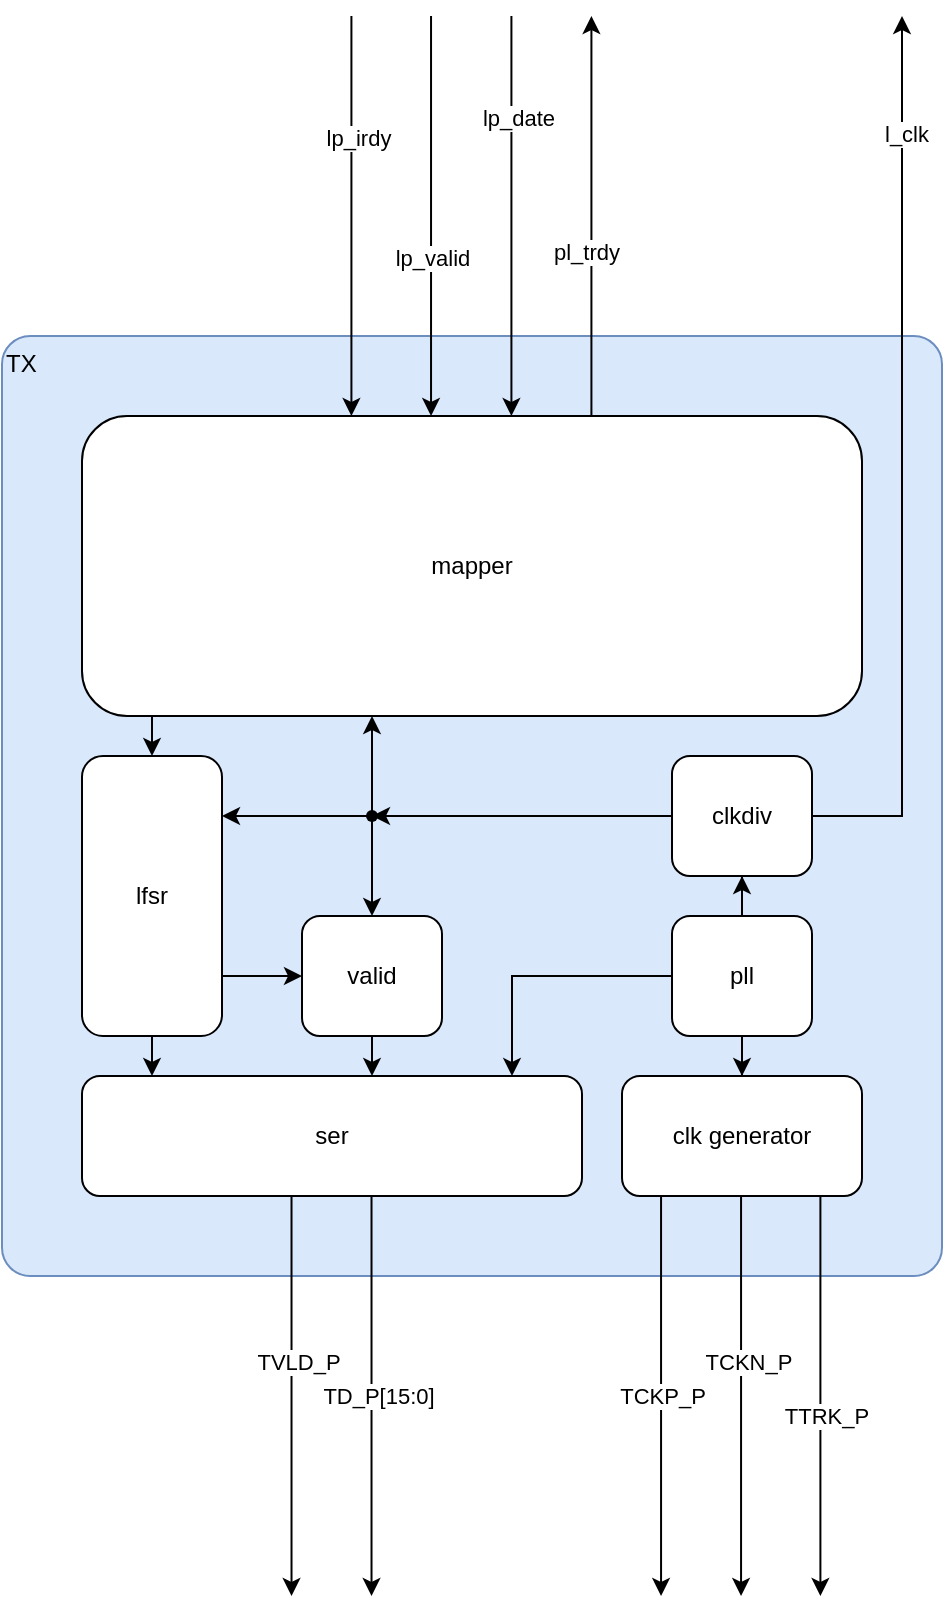
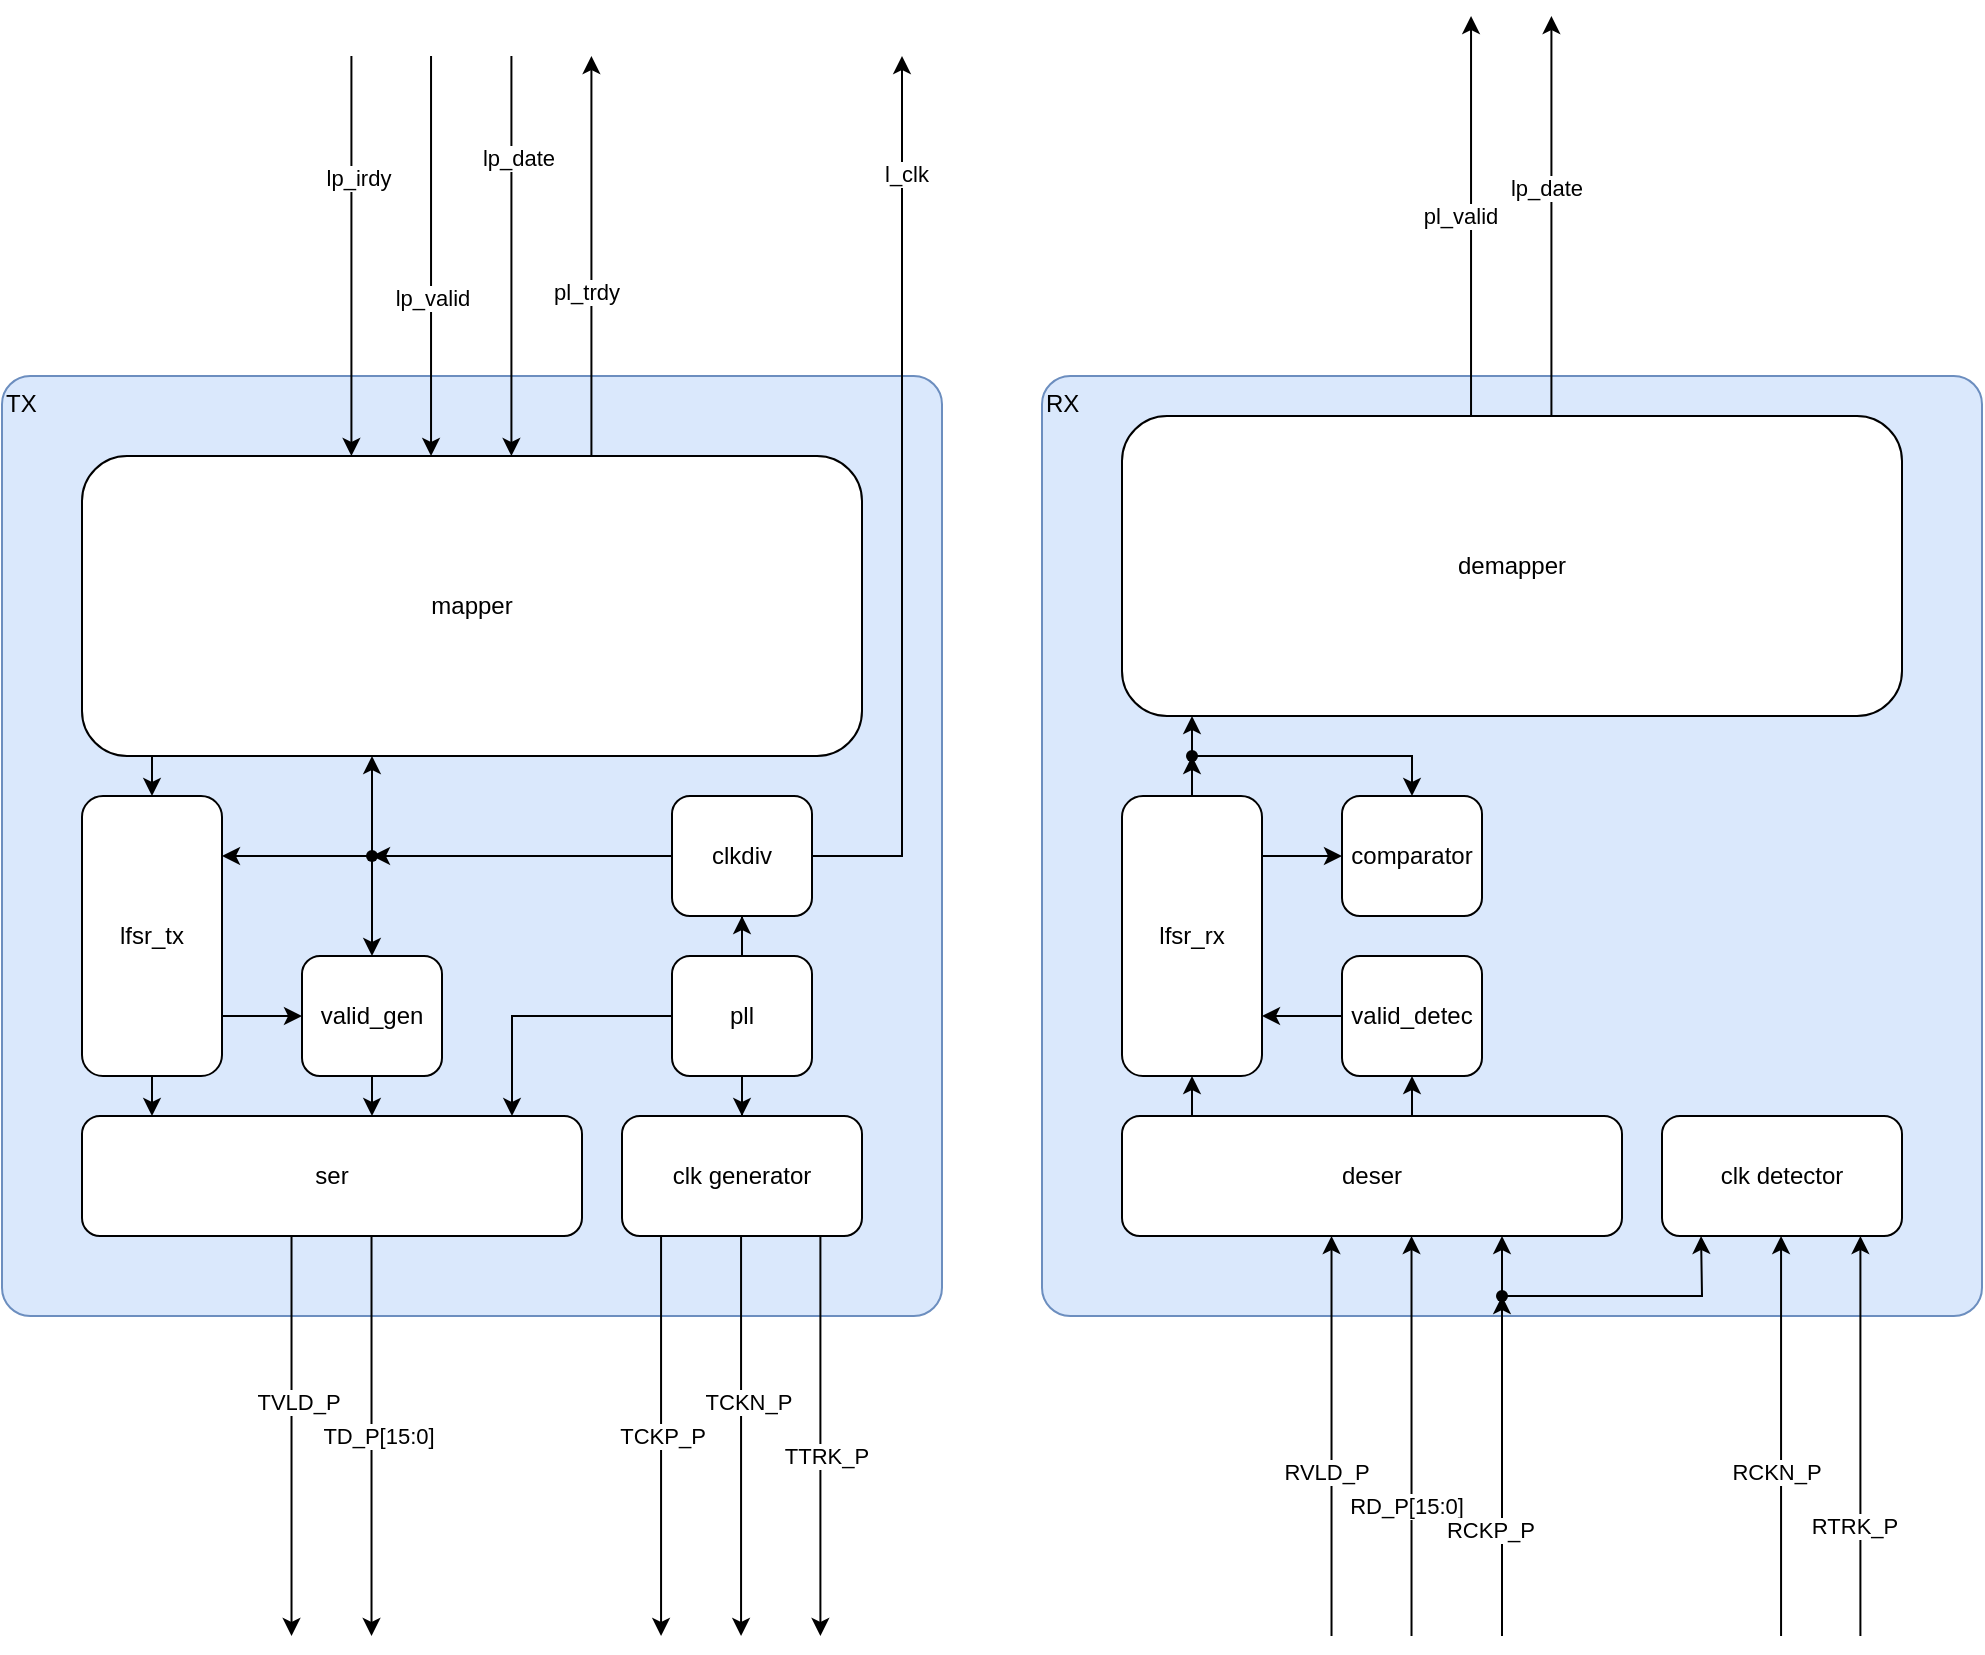
<mxfile host="Electron" pages="2">
  <diagram name="MB Tx scratch" id="l9AvUYOPoKstwatRFHUe">
-     <mxGraphModel dx="1099" dy="914" grid="1" gridSize="10" guides="1" tooltips="1" connect="1" arrows="1" fold="1" page="1" pageScale="1" pageWidth="291" pageHeight="413" math="0" shadow="0">
+     <mxGraphModel dx="684" dy="656" grid="1" gridSize="10" guides="1" tooltips="1" connect="1" arrows="1" fold="1" page="1" pageScale="1" pageWidth="291" pageHeight="413" math="0" shadow="0">
      <root>
        <mxCell id="0" />
        <mxCell id="1" parent="0" />
        <mxCell id="S32B5T70Qb6z-M7GYTgG-1" parent="1" style="rounded=1;whiteSpace=wrap;html=1;align=left;verticalAlign=top;arcSize=3;fillColor=#dae8fc;strokeColor=#6c8ebf;" value="TX" vertex="1">
          <mxGeometry height="470" width="470" x="-40" y="-80" as="geometry" />
        </mxCell>
        <mxCell id="S32B5T70Qb6z-M7GYTgG-4" edge="1" parent="1" style="endArrow=classic;html=1;rounded=0;" value="">
          <mxGeometry height="50" relative="1" width="50" as="geometry">
            <mxPoint x="134.70999999999998" y="-240" as="sourcePoint" />
            <mxPoint x="134.70999999999998" y="-40" as="targetPoint" />
          </mxGeometry>
        </mxCell>
        <mxCell id="S32B5T70Qb6z-M7GYTgG-5" connectable="0" parent="S32B5T70Qb6z-M7GYTgG-4" style="edgeLabel;html=1;align=center;verticalAlign=middle;resizable=0;points=[];" value="lp_irdy" vertex="1">
          <mxGeometry relative="1" x="-0.1748" y="3" as="geometry">
            <mxPoint y="-22" as="offset" />
          </mxGeometry>
        </mxCell>
        <mxCell id="S32B5T70Qb6z-M7GYTgG-6" edge="1" parent="1" style="endArrow=classic;html=1;rounded=0;" value="">
          <mxGeometry height="50" relative="1" width="50" as="geometry">
            <mxPoint x="174.51999999999998" y="-240" as="sourcePoint" />
            <mxPoint x="174.51999999999998" y="-40" as="targetPoint" />
          </mxGeometry>
        </mxCell>
        <mxCell id="S32B5T70Qb6z-M7GYTgG-7" connectable="0" parent="S32B5T70Qb6z-M7GYTgG-6" style="edgeLabel;html=1;align=center;verticalAlign=middle;resizable=0;points=[];" value="lp_valid" vertex="1">
          <mxGeometry relative="1" x="-0.1748" y="3" as="geometry">
            <mxPoint x="-3" y="38" as="offset" />
          </mxGeometry>
        </mxCell>
        <mxCell id="S32B5T70Qb6z-M7GYTgG-8" edge="1" parent="1" style="endArrow=classic;html=1;rounded=0;" value="">
          <mxGeometry height="50" relative="1" width="50" as="geometry">
            <mxPoint x="214.70999999999998" y="-240" as="sourcePoint" />
            <mxPoint x="214.70999999999998" y="-40" as="targetPoint" />
          </mxGeometry>
        </mxCell>
        <mxCell id="S32B5T70Qb6z-M7GYTgG-9" connectable="0" parent="S32B5T70Qb6z-M7GYTgG-8" style="edgeLabel;html=1;align=center;verticalAlign=middle;resizable=0;points=[];" value="lp_date" vertex="1">
          <mxGeometry relative="1" x="-0.1748" y="3" as="geometry">
            <mxPoint y="-32" as="offset" />
          </mxGeometry>
        </mxCell>
        <mxCell id="S32B5T70Qb6z-M7GYTgG-10" edge="1" parent="1" style="endArrow=classic;html=1;rounded=0;" value="">
          <mxGeometry height="50" relative="1" width="50" as="geometry">
            <mxPoint x="254.70999999999998" y="-40" as="sourcePoint" />
            <mxPoint x="254.70999999999998" y="-240" as="targetPoint" />
          </mxGeometry>
        </mxCell>
        <mxCell id="S32B5T70Qb6z-M7GYTgG-11" connectable="0" parent="S32B5T70Qb6z-M7GYTgG-10" style="edgeLabel;html=1;align=center;verticalAlign=middle;resizable=0;points=[];" value="pl_trdy" vertex="1">
          <mxGeometry relative="1" x="-0.1748" y="3" as="geometry">
            <mxPoint as="offset" />
          </mxGeometry>
        </mxCell>
        <mxCell id="S32B5T70Qb6z-M7GYTgG-12" edge="1" parent="1" style="endArrow=classic;html=1;rounded=0;" value="">
          <mxGeometry height="50" relative="1" width="50" as="geometry">
            <mxPoint x="289.53" y="350" as="sourcePoint" />
            <mxPoint x="289.53" y="550" as="targetPoint" />
          </mxGeometry>
        </mxCell>
        <mxCell id="S32B5T70Qb6z-M7GYTgG-13" connectable="0" parent="S32B5T70Qb6z-M7GYTgG-12" style="edgeLabel;html=1;align=center;verticalAlign=middle;resizable=0;points=[];" value="TCKP_P" vertex="1">
          <mxGeometry relative="1" x="-0.1748" y="3" as="geometry">
            <mxPoint x="-3" y="17" as="offset" />
          </mxGeometry>
        </mxCell>
        <mxCell id="S32B5T70Qb6z-M7GYTgG-14" edge="1" parent="1" style="endArrow=classic;html=1;rounded=0;" value="">
          <mxGeometry height="50" relative="1" width="50" as="geometry">
            <mxPoint x="329.53" y="350" as="sourcePoint" />
            <mxPoint x="329.53" y="550" as="targetPoint" />
          </mxGeometry>
        </mxCell>
        <mxCell id="S32B5T70Qb6z-M7GYTgG-15" connectable="0" parent="S32B5T70Qb6z-M7GYTgG-14" style="edgeLabel;html=1;align=center;verticalAlign=middle;resizable=0;points=[];" value="TCKN_P" vertex="1">
          <mxGeometry relative="1" x="-0.1748" y="3" as="geometry">
            <mxPoint as="offset" />
          </mxGeometry>
        </mxCell>
        <mxCell id="S32B5T70Qb6z-M7GYTgG-16" edge="1" parent="1" style="endArrow=classic;html=1;rounded=0;" value="">
          <mxGeometry height="50" relative="1" width="50" as="geometry">
            <mxPoint x="369.20000000000005" y="350" as="sourcePoint" />
            <mxPoint x="369.20000000000005" y="550" as="targetPoint" />
          </mxGeometry>
        </mxCell>
        <mxCell id="S32B5T70Qb6z-M7GYTgG-17" connectable="0" parent="S32B5T70Qb6z-M7GYTgG-16" style="edgeLabel;html=1;align=center;verticalAlign=middle;resizable=0;points=[];" value="TTRK_P" vertex="1">
          <mxGeometry relative="1" x="-0.1748" y="3" as="geometry">
            <mxPoint y="27" as="offset" />
          </mxGeometry>
        </mxCell>
        <mxCell id="S32B5T70Qb6z-M7GYTgG-18" edge="1" parent="1" style="endArrow=classic;html=1;rounded=0;" value="">
          <mxGeometry height="50" relative="1" width="50" as="geometry">
            <mxPoint x="104.75999999999999" y="350" as="sourcePoint" />
            <mxPoint x="104.75999999999999" y="550" as="targetPoint" />
          </mxGeometry>
        </mxCell>
        <mxCell id="S32B5T70Qb6z-M7GYTgG-19" connectable="0" parent="S32B5T70Qb6z-M7GYTgG-18" style="edgeLabel;html=1;align=center;verticalAlign=middle;resizable=0;points=[];" value="TVLD_P" vertex="1">
          <mxGeometry relative="1" x="-0.1748" y="3" as="geometry">
            <mxPoint as="offset" />
          </mxGeometry>
        </mxCell>
        <mxCell id="S32B5T70Qb6z-M7GYTgG-20" edge="1" parent="1" style="endArrow=classic;html=1;rounded=0;" value="">
          <mxGeometry height="50" relative="1" width="50" as="geometry">
            <mxPoint x="144.76" y="350" as="sourcePoint" />
            <mxPoint x="144.76" y="550" as="targetPoint" />
          </mxGeometry>
        </mxCell>
        <mxCell id="S32B5T70Qb6z-M7GYTgG-21" connectable="0" parent="S32B5T70Qb6z-M7GYTgG-20" style="edgeLabel;html=1;align=center;verticalAlign=middle;resizable=0;points=[];" value="TD_P[15:0]" vertex="1">
          <mxGeometry relative="1" x="-0.1748" y="3" as="geometry">
            <mxPoint y="17" as="offset" />
          </mxGeometry>
        </mxCell>
        <mxCell id="S32B5T70Qb6z-M7GYTgG-23" parent="1" style="rounded=1;whiteSpace=wrap;html=1;" value="mapper" vertex="1">
          <mxGeometry height="150" width="390" y="-40" as="geometry" />
        </mxCell>
        <mxCell id="1FiFd1ZhfE_NdX5w4cO2-13" edge="1" parent="1" source="S32B5T70Qb6z-M7GYTgG-24" style="edgeStyle=orthogonalEdgeStyle;rounded=0;orthogonalLoop=1;jettySize=auto;html=1;" target="S32B5T70Qb6z-M7GYTgG-25">
          <mxGeometry relative="1" as="geometry">
            <Array as="points">
              <mxPoint x="35" y="280" />
              <mxPoint x="35" y="280" />
            </Array>
          </mxGeometry>
        </mxCell>
        <mxCell id="1FiFd1ZhfE_NdX5w4cO2-14" edge="1" parent="1" source="S32B5T70Qb6z-M7GYTgG-23" style="edgeStyle=orthogonalEdgeStyle;rounded=0;orthogonalLoop=1;jettySize=auto;html=1;" target="S32B5T70Qb6z-M7GYTgG-24">
          <mxGeometry relative="1" as="geometry">
            <Array as="points">
              <mxPoint x="35" y="120" />
              <mxPoint x="35" y="120" />
            </Array>
          </mxGeometry>
        </mxCell>
        <mxCell id="1FiFd1ZhfE_NdX5w4cO2-15" edge="1" parent="1" source="S32B5T70Qb6z-M7GYTgG-24" style="edgeStyle=orthogonalEdgeStyle;rounded=0;orthogonalLoop=1;jettySize=auto;html=1;" target="S32B5T70Qb6z-M7GYTgG-29">
          <mxGeometry relative="1" as="geometry">
            <Array as="points">
              <mxPoint x="80" y="240" />
              <mxPoint x="80" y="240" />
            </Array>
          </mxGeometry>
        </mxCell>
-         <mxCell id="S32B5T70Qb6z-M7GYTgG-24" parent="1" style="rounded=1;whiteSpace=wrap;html=1;" value="lfsr" vertex="1">
+         <mxCell id="S32B5T70Qb6z-M7GYTgG-24" parent="1" style="rounded=1;whiteSpace=wrap;html=1;" value="lfsr_tx" vertex="1">
          <mxGeometry height="140" width="70" y="130" as="geometry" />
        </mxCell>
        <mxCell id="1FiFd1ZhfE_NdX5w4cO2-3" edge="1" parent="1" source="1FiFd1ZhfE_NdX5w4cO2-2" style="edgeStyle=orthogonalEdgeStyle;rounded=0;orthogonalLoop=1;jettySize=auto;html=1;" target="S32B5T70Qb6z-M7GYTgG-25">
          <mxGeometry relative="1" as="geometry">
            <Array as="points">
              <mxPoint x="215" y="280" />
              <mxPoint x="215" y="280" />
            </Array>
          </mxGeometry>
        </mxCell>
        <mxCell id="S32B5T70Qb6z-M7GYTgG-25" parent="1" style="rounded=1;whiteSpace=wrap;html=1;" value="ser" vertex="1">
          <mxGeometry height="60" width="250" y="290" as="geometry" />
        </mxCell>
        <mxCell id="S32B5T70Qb6z-M7GYTgG-26" parent="1" style="rounded=1;whiteSpace=wrap;html=1;" value="clk generator" vertex="1">
          <mxGeometry height="60" width="120" x="270" y="290" as="geometry" />
        </mxCell>
        <mxCell id="1FiFd1ZhfE_NdX5w4cO2-12" edge="1" parent="1" source="S32B5T70Qb6z-M7GYTgG-29" style="edgeStyle=orthogonalEdgeStyle;rounded=0;orthogonalLoop=1;jettySize=auto;html=1;" target="S32B5T70Qb6z-M7GYTgG-25">
          <mxGeometry relative="1" as="geometry">
            <Array as="points">
              <mxPoint x="140" y="290" />
              <mxPoint x="140" y="290" />
            </Array>
          </mxGeometry>
        </mxCell>
-         <mxCell id="S32B5T70Qb6z-M7GYTgG-29" parent="1" style="rounded=1;whiteSpace=wrap;html=1;" value="valid" vertex="1">
+         <mxCell id="S32B5T70Qb6z-M7GYTgG-29" parent="1" style="rounded=1;whiteSpace=wrap;html=1;" value="valid_gen" vertex="1">
          <mxGeometry height="60" width="70" x="110" y="210" as="geometry" />
        </mxCell>
        <mxCell id="1FiFd1ZhfE_NdX5w4cO2-6" edge="1" parent="1" source="1FiFd1ZhfE_NdX5w4cO2-10" style="edgeStyle=orthogonalEdgeStyle;rounded=0;orthogonalLoop=1;jettySize=auto;html=1;exitDx=0;exitDy=0;" target="S32B5T70Qb6z-M7GYTgG-29">
          <mxGeometry relative="1" as="geometry" />
        </mxCell>
        <mxCell id="iF0ahJSSp1sPnlpPvTG5-1" edge="1" parent="1" source="1FiFd1ZhfE_NdX5w4cO2-1" style="edgeStyle=orthogonalEdgeStyle;rounded=0;orthogonalLoop=1;jettySize=auto;html=1;exitX=1;exitY=0.5;exitDx=0;exitDy=0;">
          <mxGeometry relative="1" as="geometry">
            <Array as="points">
              <mxPoint x="410" y="160" />
              <mxPoint x="410" y="-240" />
            </Array>
            <mxPoint x="410" y="-240" as="targetPoint" />
          </mxGeometry>
        </mxCell>
        <mxCell id="iF0ahJSSp1sPnlpPvTG5-2" connectable="0" parent="iF0ahJSSp1sPnlpPvTG5-1" style="edgeLabel;html=1;align=center;verticalAlign=middle;resizable=0;points=[];" value="l_clk" vertex="1">
          <mxGeometry relative="1" x="0.7341" y="3" as="geometry">
            <mxPoint x="5" as="offset" />
          </mxGeometry>
        </mxCell>
        <mxCell id="1FiFd1ZhfE_NdX5w4cO2-1" parent="1" style="rounded=1;whiteSpace=wrap;html=1;" value="clkdiv" vertex="1">
          <mxGeometry height="60" width="70" x="295" y="130" as="geometry" />
        </mxCell>
        <mxCell id="1FiFd1ZhfE_NdX5w4cO2-4" edge="1" parent="1" source="1FiFd1ZhfE_NdX5w4cO2-2" style="edgeStyle=orthogonalEdgeStyle;rounded=0;orthogonalLoop=1;jettySize=auto;html=1;" target="1FiFd1ZhfE_NdX5w4cO2-1">
          <mxGeometry relative="1" as="geometry">
            <mxPoint x="329.76" y="208.5" as="sourcePoint" />
            <mxPoint x="329.76" y="191.5" as="targetPoint" />
          </mxGeometry>
        </mxCell>
        <mxCell id="1FiFd1ZhfE_NdX5w4cO2-7" edge="1" parent="1" source="1FiFd1ZhfE_NdX5w4cO2-2" style="edgeStyle=orthogonalEdgeStyle;rounded=0;orthogonalLoop=1;jettySize=auto;html=1;" target="S32B5T70Qb6z-M7GYTgG-26">
          <mxGeometry relative="1" as="geometry" />
        </mxCell>
        <mxCell id="1FiFd1ZhfE_NdX5w4cO2-2" parent="1" style="rounded=1;whiteSpace=wrap;html=1;" value="pll" vertex="1">
          <mxGeometry height="60" width="70" x="295" y="210" as="geometry" />
        </mxCell>
        <mxCell id="1FiFd1ZhfE_NdX5w4cO2-9" edge="1" parent="1" source="1FiFd1ZhfE_NdX5w4cO2-1" style="edgeStyle=orthogonalEdgeStyle;rounded=0;orthogonalLoop=1;jettySize=auto;html=1;exitX=0;exitY=0.5;exitDx=0;exitDy=0;" target="1FiFd1ZhfE_NdX5w4cO2-10" value="">
          <mxGeometry relative="1" as="geometry">
            <mxPoint x="180" y="160" as="sourcePoint" />
            <mxPoint x="120" y="210" as="targetPoint" />
          </mxGeometry>
        </mxCell>
        <mxCell id="1FiFd1ZhfE_NdX5w4cO2-11" edge="1" parent="1" source="1FiFd1ZhfE_NdX5w4cO2-10" style="edgeStyle=orthogonalEdgeStyle;rounded=0;orthogonalLoop=1;jettySize=auto;html=1;" target="S32B5T70Qb6z-M7GYTgG-24">
          <mxGeometry relative="1" as="geometry">
            <Array as="points">
              <mxPoint x="80" y="160" />
              <mxPoint x="80" y="160" />
            </Array>
          </mxGeometry>
        </mxCell>
        <mxCell id="1FiFd1ZhfE_NdX5w4cO2-17" edge="1" parent="1" source="1FiFd1ZhfE_NdX5w4cO2-10" style="edgeStyle=orthogonalEdgeStyle;rounded=0;orthogonalLoop=1;jettySize=auto;html=1;" target="S32B5T70Qb6z-M7GYTgG-23">
          <mxGeometry relative="1" as="geometry">
            <Array as="points">
              <mxPoint x="145" y="120" />
              <mxPoint x="145" y="120" />
            </Array>
          </mxGeometry>
        </mxCell>
        <mxCell id="1FiFd1ZhfE_NdX5w4cO2-10" parent="1" style="shape=waypoint;sketch=0;fillStyle=solid;size=6;pointerEvents=1;points=[];fillColor=none;resizable=0;rotatable=0;perimeter=centerPerimeter;snapToPoint=1;" value="" vertex="1">
          <mxGeometry height="20" width="20" x="135" y="150" as="geometry" />
+         </mxCell>
+         <mxCell id="AbWS_W0Cclu3BvL3vVK8-1" parent="1" style="rounded=1;whiteSpace=wrap;html=1;align=left;verticalAlign=top;arcSize=3;fillColor=#dae8fc;strokeColor=#6c8ebf;" value="RX" vertex="1">
+           <mxGeometry height="470" width="470" x="480" y="-80" as="geometry" />
+         </mxCell>
+         <mxCell id="AbWS_W0Cclu3BvL3vVK8-4" edge="1" parent="1" style="endArrow=classic;html=1;rounded=0;" value="">
+           <mxGeometry height="50" relative="1" width="50" as="geometry">
+             <mxPoint x="694.52" y="-60" as="sourcePoint" />
+             <mxPoint x="694.52" y="-260" as="targetPoint" />
+           </mxGeometry>
+         </mxCell>
+         <mxCell id="AbWS_W0Cclu3BvL3vVK8-5" connectable="0" parent="AbWS_W0Cclu3BvL3vVK8-4" style="edgeLabel;html=1;align=center;verticalAlign=middle;resizable=0;points=[];" value="pl_valid" vertex="1">
+           <mxGeometry relative="1" x="-0.1748" y="3" as="geometry">
+             <mxPoint x="-3" y="-18" as="offset" />
+           </mxGeometry>
+         </mxCell>
+         <mxCell id="AbWS_W0Cclu3BvL3vVK8-6" edge="1" parent="1" style="endArrow=classic;html=1;rounded=0;" value="">
+           <mxGeometry height="50" relative="1" width="50" as="geometry">
+             <mxPoint x="734.71" y="-60" as="sourcePoint" />
+             <mxPoint x="734.71" y="-260" as="targetPoint" />
+           </mxGeometry>
+         </mxCell>
+         <mxCell id="AbWS_W0Cclu3BvL3vVK8-7" connectable="0" parent="AbWS_W0Cclu3BvL3vVK8-6" style="edgeLabel;html=1;align=center;verticalAlign=middle;resizable=0;points=[];" value="lp_date" vertex="1">
+           <mxGeometry relative="1" x="-0.1748" y="3" as="geometry">
+             <mxPoint y="-32" as="offset" />
+           </mxGeometry>
+         </mxCell>
+         <mxCell id="AbWS_W0Cclu3BvL3vVK8-10" edge="1" parent="1" source="AbWS_W0Cclu3BvL3vVK8-44" style="endArrow=classic;html=1;rounded=0;edgeStyle=orthogonalEdgeStyle;" value="">
+           <mxGeometry height="50" relative="1" width="50" as="geometry">
+             <mxPoint x="809.53" y="550" as="sourcePoint" />
+             <mxPoint x="809.53" y="350" as="targetPoint" />
+           </mxGeometry>
+         </mxCell>
+         <mxCell id="AbWS_W0Cclu3BvL3vVK8-12" edge="1" parent="1" style="endArrow=classic;html=1;rounded=0;" value="">
+           <mxGeometry height="50" relative="1" width="50" as="geometry">
+             <mxPoint x="849.53" y="550" as="sourcePoint" />
+             <mxPoint x="849.53" y="350" as="targetPoint" />
+           </mxGeometry>
+         </mxCell>
+         <mxCell id="AbWS_W0Cclu3BvL3vVK8-13" connectable="0" parent="AbWS_W0Cclu3BvL3vVK8-12" style="edgeLabel;html=1;align=center;verticalAlign=middle;resizable=0;points=[];" value="RCKN_P" vertex="1">
+           <mxGeometry relative="1" x="-0.1748" y="3" as="geometry">
+             <mxPoint as="offset" />
+           </mxGeometry>
+         </mxCell>
+         <mxCell id="AbWS_W0Cclu3BvL3vVK8-14" edge="1" parent="1" style="endArrow=classic;html=1;rounded=0;" value="">
+           <mxGeometry height="50" relative="1" width="50" as="geometry">
+             <mxPoint x="889.2" y="550" as="sourcePoint" />
+             <mxPoint x="889.2" y="350" as="targetPoint" />
+           </mxGeometry>
+         </mxCell>
+         <mxCell id="AbWS_W0Cclu3BvL3vVK8-15" connectable="0" parent="AbWS_W0Cclu3BvL3vVK8-14" style="edgeLabel;html=1;align=center;verticalAlign=middle;resizable=0;points=[];" value="RTRK_P" vertex="1">
+           <mxGeometry relative="1" x="-0.1748" y="3" as="geometry">
+             <mxPoint y="27" as="offset" />
+           </mxGeometry>
+         </mxCell>
+         <mxCell id="AbWS_W0Cclu3BvL3vVK8-16" edge="1" parent="1" style="endArrow=classic;html=1;rounded=0;" value="">
+           <mxGeometry height="50" relative="1" width="50" as="geometry">
+             <mxPoint x="624.76" y="550" as="sourcePoint" />
+             <mxPoint x="624.76" y="350" as="targetPoint" />
+           </mxGeometry>
+         </mxCell>
+         <mxCell id="AbWS_W0Cclu3BvL3vVK8-17" connectable="0" parent="AbWS_W0Cclu3BvL3vVK8-16" style="edgeLabel;html=1;align=center;verticalAlign=middle;resizable=0;points=[];" value="RVLD_P" vertex="1">
+           <mxGeometry relative="1" x="-0.1748" y="3" as="geometry">
+             <mxPoint as="offset" />
+           </mxGeometry>
+         </mxCell>
+         <mxCell id="AbWS_W0Cclu3BvL3vVK8-18" edge="1" parent="1" style="endArrow=classic;html=1;rounded=0;" value="">
+           <mxGeometry height="50" relative="1" width="50" as="geometry">
+             <mxPoint x="664.76" y="550" as="sourcePoint" />
+             <mxPoint x="664.76" y="350" as="targetPoint" />
+           </mxGeometry>
+         </mxCell>
+         <mxCell id="AbWS_W0Cclu3BvL3vVK8-19" connectable="0" parent="AbWS_W0Cclu3BvL3vVK8-18" style="edgeLabel;html=1;align=center;verticalAlign=middle;resizable=0;points=[];" value="RD_P[15:0]" vertex="1">
+           <mxGeometry relative="1" x="-0.1748" y="3" as="geometry">
+             <mxPoint y="17" as="offset" />
+           </mxGeometry>
+         </mxCell>
+         <mxCell id="AbWS_W0Cclu3BvL3vVK8-20" parent="1" style="rounded=1;whiteSpace=wrap;html=1;" value="demapper" vertex="1">
+           <mxGeometry height="150" width="390" x="520" y="-60" as="geometry" />
+         </mxCell>
+         <mxCell id="AbWS_W0Cclu3BvL3vVK8-21" edge="1" parent="1" source="AbWS_W0Cclu3BvL3vVK8-26" style="edgeStyle=orthogonalEdgeStyle;rounded=0;orthogonalLoop=1;jettySize=auto;html=1;" target="AbWS_W0Cclu3BvL3vVK8-24">
+           <mxGeometry relative="1" as="geometry">
+             <Array as="points">
+               <mxPoint x="555" y="280" />
+               <mxPoint x="555" y="280" />
+             </Array>
+           </mxGeometry>
+         </mxCell>
+         <mxCell id="AbWS_W0Cclu3BvL3vVK8-22" edge="1" parent="1" source="jxWvVWwhbsEn9TCQBD6T-3" style="edgeStyle=orthogonalEdgeStyle;rounded=0;orthogonalLoop=1;jettySize=auto;html=1;" target="jxWvVWwhbsEn9TCQBD6T-1">
+           <mxGeometry relative="1" as="geometry">
+             <Array as="points">
+               <mxPoint x="665" y="110" />
+             </Array>
+           </mxGeometry>
+         </mxCell>
+         <mxCell id="AbWS_W0Cclu3BvL3vVK8-23" edge="1" parent="1" source="AbWS_W0Cclu3BvL3vVK8-29" style="edgeStyle=orthogonalEdgeStyle;rounded=0;orthogonalLoop=1;jettySize=auto;html=1;" target="AbWS_W0Cclu3BvL3vVK8-24">
+           <mxGeometry relative="1" as="geometry">
+             <Array as="points">
+               <mxPoint x="600" y="240" />
+               <mxPoint x="600" y="240" />
+             </Array>
+           </mxGeometry>
+         </mxCell>
+         <mxCell id="jxWvVWwhbsEn9TCQBD6T-4" edge="1" parent="1" source="AbWS_W0Cclu3BvL3vVK8-24" style="edgeStyle=orthogonalEdgeStyle;rounded=0;orthogonalLoop=1;jettySize=auto;html=1;exitX=0.5;exitY=0;exitDx=0;exitDy=0;" target="jxWvVWwhbsEn9TCQBD6T-3">
+           <mxGeometry relative="1" as="geometry" />
+         </mxCell>
+         <mxCell id="jxWvVWwhbsEn9TCQBD6T-8" edge="1" parent="1" source="AbWS_W0Cclu3BvL3vVK8-24" style="edgeStyle=orthogonalEdgeStyle;rounded=0;orthogonalLoop=1;jettySize=auto;html=1;" target="jxWvVWwhbsEn9TCQBD6T-1">
+           <mxGeometry relative="1" as="geometry">
+             <Array as="points">
+               <mxPoint x="600" y="160" />
+               <mxPoint x="600" y="160" />
+             </Array>
+           </mxGeometry>
+         </mxCell>
+         <mxCell id="AbWS_W0Cclu3BvL3vVK8-24" parent="1" style="rounded=1;whiteSpace=wrap;html=1;" value="lfsr_rx" vertex="1">
+           <mxGeometry height="140" width="70" x="520" y="130" as="geometry" />
+         </mxCell>
+         <mxCell id="AbWS_W0Cclu3BvL3vVK8-26" parent="1" style="rounded=1;whiteSpace=wrap;html=1;" value="deser" vertex="1">
+           <mxGeometry height="60" width="250" x="520" y="290" as="geometry" />
+         </mxCell>
+         <mxCell id="AbWS_W0Cclu3BvL3vVK8-27" parent="1" style="rounded=1;whiteSpace=wrap;html=1;" value="clk detector" vertex="1">
+           <mxGeometry height="60" width="120" x="790" y="290" as="geometry" />
+         </mxCell>
+         <mxCell id="AbWS_W0Cclu3BvL3vVK8-28" edge="1" parent="1" source="AbWS_W0Cclu3BvL3vVK8-26" style="edgeStyle=orthogonalEdgeStyle;rounded=0;orthogonalLoop=1;jettySize=auto;html=1;" target="AbWS_W0Cclu3BvL3vVK8-29">
+           <mxGeometry relative="1" as="geometry">
+             <Array as="points">
+               <mxPoint x="665" y="280" />
+               <mxPoint x="665" y="280" />
+             </Array>
+           </mxGeometry>
+         </mxCell>
+         <mxCell id="AbWS_W0Cclu3BvL3vVK8-29" parent="1" style="rounded=1;whiteSpace=wrap;html=1;" value="valid_detec" vertex="1">
+           <mxGeometry height="60" width="70" x="630" y="210" as="geometry" />
+         </mxCell>
+         <mxCell id="AbWS_W0Cclu3BvL3vVK8-42" edge="1" parent="1" style="endArrow=classic;html=1;rounded=0;" target="AbWS_W0Cclu3BvL3vVK8-44" value="">
+           <mxGeometry height="50" relative="1" width="50" as="geometry">
+             <mxPoint x="710" y="550" as="sourcePoint" />
+             <mxPoint x="809.53" y="350" as="targetPoint" />
+           </mxGeometry>
+         </mxCell>
+         <mxCell id="AbWS_W0Cclu3BvL3vVK8-43" connectable="0" parent="AbWS_W0Cclu3BvL3vVK8-42" style="edgeLabel;html=1;align=center;verticalAlign=middle;resizable=0;points=[];" value="RCKP_P" vertex="1">
+           <mxGeometry relative="1" x="-0.1748" y="3" as="geometry">
+             <mxPoint x="-3" y="17" as="offset" />
+           </mxGeometry>
+         </mxCell>
+         <mxCell id="AbWS_W0Cclu3BvL3vVK8-45" edge="1" parent="1" source="AbWS_W0Cclu3BvL3vVK8-44" style="edgeStyle=orthogonalEdgeStyle;rounded=0;orthogonalLoop=1;jettySize=auto;html=1;" target="AbWS_W0Cclu3BvL3vVK8-26">
+           <mxGeometry relative="1" as="geometry">
+             <Array as="points">
+               <mxPoint x="710" y="380" />
+             </Array>
+           </mxGeometry>
+         </mxCell>
+         <mxCell id="AbWS_W0Cclu3BvL3vVK8-44" parent="1" style="shape=waypoint;sketch=0;fillStyle=solid;size=6;pointerEvents=1;points=[];fillColor=none;resizable=0;rotatable=0;perimeter=centerPerimeter;snapToPoint=1;" value="" vertex="1">
+           <mxGeometry height="20" width="20" x="700" y="370" as="geometry" />
+         </mxCell>
+         <mxCell id="jxWvVWwhbsEn9TCQBD6T-1" parent="1" style="rounded=1;whiteSpace=wrap;html=1;" value="comparator" vertex="1">
+           <mxGeometry height="60" width="70" x="630" y="130" as="geometry" />
+         </mxCell>
+         <mxCell id="jxWvVWwhbsEn9TCQBD6T-5" edge="1" parent="1" source="jxWvVWwhbsEn9TCQBD6T-3" style="edgeStyle=orthogonalEdgeStyle;rounded=0;orthogonalLoop=1;jettySize=auto;html=1;" target="AbWS_W0Cclu3BvL3vVK8-20">
+           <mxGeometry relative="1" as="geometry">
+             <Array as="points">
+               <mxPoint x="555" y="110" />
+               <mxPoint x="555" y="110" />
+             </Array>
+           </mxGeometry>
+         </mxCell>
+         <mxCell id="jxWvVWwhbsEn9TCQBD6T-3" parent="1" style="shape=waypoint;sketch=0;fillStyle=solid;size=6;pointerEvents=1;points=[];fillColor=none;resizable=0;rotatable=0;perimeter=centerPerimeter;snapToPoint=1;" value="" vertex="1">
+           <mxGeometry height="20" width="20" x="545" y="100" as="geometry" />
        </mxCell>
      </root>
    </mxGraphModel>
  </diagram>
  <diagram id="vDCLTV_LQ3B-DdNUoTz2" name="Mapper">
    <mxGraphModel dx="1266" dy="604" grid="1" gridSize="10" guides="1" tooltips="1" connect="1" arrows="1" fold="1" page="1" pageScale="1" pageWidth="291" pageHeight="413" math="0" shadow="0">
      <root>
        <mxCell id="0" />
        <mxCell id="1" parent="0" />
        <mxCell id="l4myAXVECB_DR5PDKO0M-1" edge="1" parent="1" style="endArrow=classic;html=1;rounded=0;" value="">
          <mxGeometry height="50" relative="1" width="50" as="geometry">
            <mxPoint x="79.6" y="40" as="sourcePoint" />
            <mxPoint x="79.6" y="240" as="targetPoint" />
          </mxGeometry>
        </mxCell>
        <mxCell id="l4myAXVECB_DR5PDKO0M-2" connectable="0" parent="l4myAXVECB_DR5PDKO0M-1" style="edgeLabel;html=1;align=center;verticalAlign=middle;resizable=0;points=[];" value="lclk" vertex="1">
          <mxGeometry relative="1" x="-0.1748" y="3" as="geometry">
            <mxPoint y="8" as="offset" />
          </mxGeometry>
        </mxCell>
        <mxCell id="l4myAXVECB_DR5PDKO0M-3" edge="1" parent="1" style="endArrow=classic;html=1;rounded=0;" value="">
          <mxGeometry height="50" relative="1" width="50" as="geometry">
            <mxPoint x="119.6" y="40" as="sourcePoint" />
            <mxPoint x="119.6" y="240" as="targetPoint" />
          </mxGeometry>
        </mxCell>
        <mxCell id="l4myAXVECB_DR5PDKO0M-4" connectable="0" parent="l4myAXVECB_DR5PDKO0M-3" style="edgeLabel;html=1;align=center;verticalAlign=middle;resizable=0;points=[];" value="lp_irdy" vertex="1">
          <mxGeometry relative="1" x="-0.1748" y="3" as="geometry">
            <mxPoint y="-22" as="offset" />
          </mxGeometry>
        </mxCell>
        <mxCell id="l4myAXVECB_DR5PDKO0M-5" edge="1" parent="1" style="endArrow=classic;html=1;rounded=0;" value="">
          <mxGeometry height="50" relative="1" width="50" as="geometry">
            <mxPoint x="159.41" y="40" as="sourcePoint" />
            <mxPoint x="159.41" y="240" as="targetPoint" />
          </mxGeometry>
        </mxCell>
        <mxCell id="l4myAXVECB_DR5PDKO0M-6" connectable="0" parent="l4myAXVECB_DR5PDKO0M-5" style="edgeLabel;html=1;align=center;verticalAlign=middle;resizable=0;points=[];" value="lp_valid" vertex="1">
          <mxGeometry relative="1" x="-0.1748" y="3" as="geometry">
            <mxPoint x="-3" y="38" as="offset" />
          </mxGeometry>
        </mxCell>
        <mxCell id="l4myAXVECB_DR5PDKO0M-7" edge="1" parent="1" style="endArrow=classic;html=1;rounded=0;" value="">
          <mxGeometry height="50" relative="1" width="50" as="geometry">
            <mxPoint x="199.6" y="40" as="sourcePoint" />
            <mxPoint x="199.6" y="240" as="targetPoint" />
          </mxGeometry>
        </mxCell>
        <mxCell id="l4myAXVECB_DR5PDKO0M-8" connectable="0" parent="l4myAXVECB_DR5PDKO0M-7" style="edgeLabel;html=1;align=center;verticalAlign=middle;resizable=0;points=[];" value="lp_date" vertex="1">
          <mxGeometry relative="1" x="-0.1748" y="3" as="geometry">
            <mxPoint y="-32" as="offset" />
          </mxGeometry>
        </mxCell>
        <mxCell id="l4myAXVECB_DR5PDKO0M-9" edge="1" parent="1" style="endArrow=classic;html=1;rounded=0;" value="">
          <mxGeometry height="50" relative="1" width="50" as="geometry">
            <mxPoint x="239.6" y="240" as="sourcePoint" />
            <mxPoint x="239.6" y="40" as="targetPoint" />
          </mxGeometry>
        </mxCell>
        <mxCell id="l4myAXVECB_DR5PDKO0M-10" connectable="0" parent="l4myAXVECB_DR5PDKO0M-9" style="edgeLabel;html=1;align=center;verticalAlign=middle;resizable=0;points=[];" value="pl_trdy" vertex="1">
          <mxGeometry relative="1" x="-0.1748" y="3" as="geometry">
            <mxPoint as="offset" />
          </mxGeometry>
        </mxCell>
        <mxCell id="l4myAXVECB_DR5PDKO0M-11" parent="1" style="rounded=1;whiteSpace=wrap;html=1;" value="Mapper" vertex="1">
          <mxGeometry height="160" width="240" x="40" y="240" as="geometry" />
        </mxCell>
        <mxCell id="jJtQWnbVdULaWrtHXktu-1" edge="1" parent="1" style="endArrow=classic;html=1;rounded=0;" value="">
          <mxGeometry height="50" relative="1" width="50" as="geometry">
            <mxPoint x="200" y="400" as="sourcePoint" />
            <mxPoint x="200" y="600" as="targetPoint" />
          </mxGeometry>
        </mxCell>
        <mxCell id="jJtQWnbVdULaWrtHXktu-2" connectable="0" parent="jJtQWnbVdULaWrtHXktu-1" style="edgeLabel;html=1;align=center;verticalAlign=middle;resizable=0;points=[];" value="lanes[31:0][15:0]" vertex="1">
          <mxGeometry relative="1" x="-0.1748" y="3" as="geometry">
            <mxPoint x="-3" y="-12" as="offset" />
          </mxGeometry>
        </mxCell>
        <mxCell id="jJtQWnbVdULaWrtHXktu-4" edge="1" parent="1" style="endArrow=classic;html=1;rounded=0;" value="">
          <mxGeometry height="50" relative="1" width="50" as="geometry">
            <mxPoint x="-80" y="280" as="sourcePoint" />
            <mxPoint x="40" y="280" as="targetPoint" />
          </mxGeometry>
        </mxCell>
        <mxCell id="jJtQWnbVdULaWrtHXktu-5" connectable="0" parent="jJtQWnbVdULaWrtHXktu-4" style="edgeLabel;html=1;align=center;verticalAlign=middle;resizable=0;points=[];" value="Tx_lane_map[2:0]" vertex="1">
          <mxGeometry relative="1" x="0.0071" y="1" as="geometry">
            <mxPoint as="offset" />
          </mxGeometry>
        </mxCell>
        <mxCell id="jJtQWnbVdULaWrtHXktu-6" edge="1" parent="1" style="endArrow=classic;html=1;rounded=0;" value="">
          <mxGeometry height="50" relative="1" width="50" as="geometry">
            <mxPoint x="-80" y="319.76" as="sourcePoint" />
            <mxPoint x="40" y="319.76" as="targetPoint" />
          </mxGeometry>
        </mxCell>
        <mxCell id="jJtQWnbVdULaWrtHXktu-7" connectable="0" parent="jJtQWnbVdULaWrtHXktu-6" style="edgeLabel;html=1;align=center;verticalAlign=middle;resizable=0;points=[];" value="en" vertex="1">
          <mxGeometry relative="1" x="0.0071" y="1" as="geometry">
            <mxPoint as="offset" />
          </mxGeometry>
        </mxCell>
        <mxCell id="jJtQWnbVdULaWrtHXktu-8" edge="1" parent="1" style="endArrow=classic;html=1;rounded=0;" value="">
          <mxGeometry height="50" relative="1" width="50" as="geometry">
            <mxPoint x="-80" y="350" as="sourcePoint" />
            <mxPoint x="40" y="350" as="targetPoint" />
          </mxGeometry>
        </mxCell>
        <mxCell id="jJtQWnbVdULaWrtHXktu-9" connectable="0" parent="jJtQWnbVdULaWrtHXktu-8" style="edgeLabel;html=1;align=center;verticalAlign=middle;resizable=0;points=[];" value="rst_n" vertex="1">
          <mxGeometry relative="1" x="0.0071" y="1" as="geometry">
            <mxPoint as="offset" />
          </mxGeometry>
        </mxCell>
        <mxCell id="jJtQWnbVdULaWrtHXktu-10" edge="1" parent="1" style="endArrow=classic;html=1;rounded=0;" value="">
          <mxGeometry height="50" relative="1" width="50" as="geometry">
            <mxPoint x="120" y="400" as="sourcePoint" />
            <mxPoint x="120" y="600" as="targetPoint" />
          </mxGeometry>
        </mxCell>
        <mxCell id="jJtQWnbVdULaWrtHXktu-11" connectable="0" parent="jJtQWnbVdULaWrtHXktu-10" style="edgeLabel;html=1;align=center;verticalAlign=middle;resizable=0;points=[];" value="data_valid" vertex="1">
          <mxGeometry relative="1" x="-0.1748" y="3" as="geometry">
            <mxPoint y="8" as="offset" />
          </mxGeometry>
        </mxCell>
      </root>
    </mxGraphModel>
  </diagram>
</mxfile>
